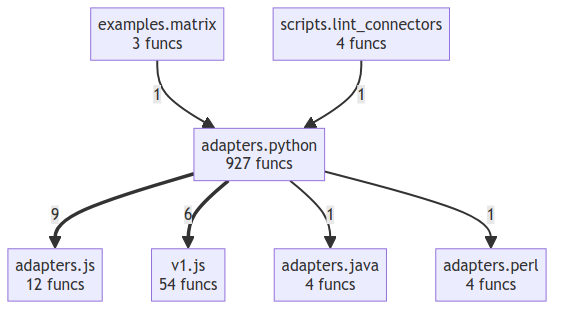
The Mermaid diagram project/compact_flow.png in tellmesh/urirun, before a commit. Its source is kept beside it as project/compact_flow.mmd.
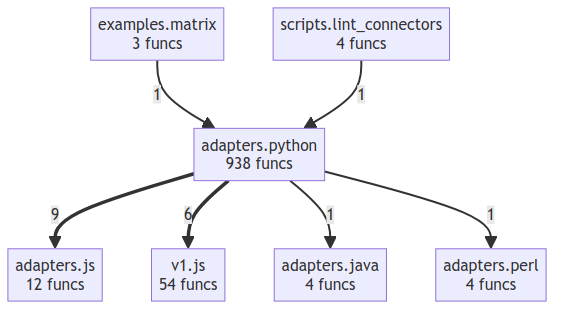
The same file after the commit.

What changed in the source:
```diff
@@ -2,7 +2,7 @@
     adapters__java["adapters.java<br/>4 funcs"]
     adapters__js["adapters.js<br/>12 funcs"]
     adapters__perl["adapters.perl<br/>4 funcs"]
-    adapters__python["adapters.python<br/>927 funcs"]
+    adapters__python["adapters.python<br/>938 funcs"]
     examples__matrix["examples.matrix<br/>3 funcs"]
     scripts__lint_connectors["scripts.lint_connectors<br/>4 funcs"]
     v1__js["v1.js<br/>54 funcs"]
```
